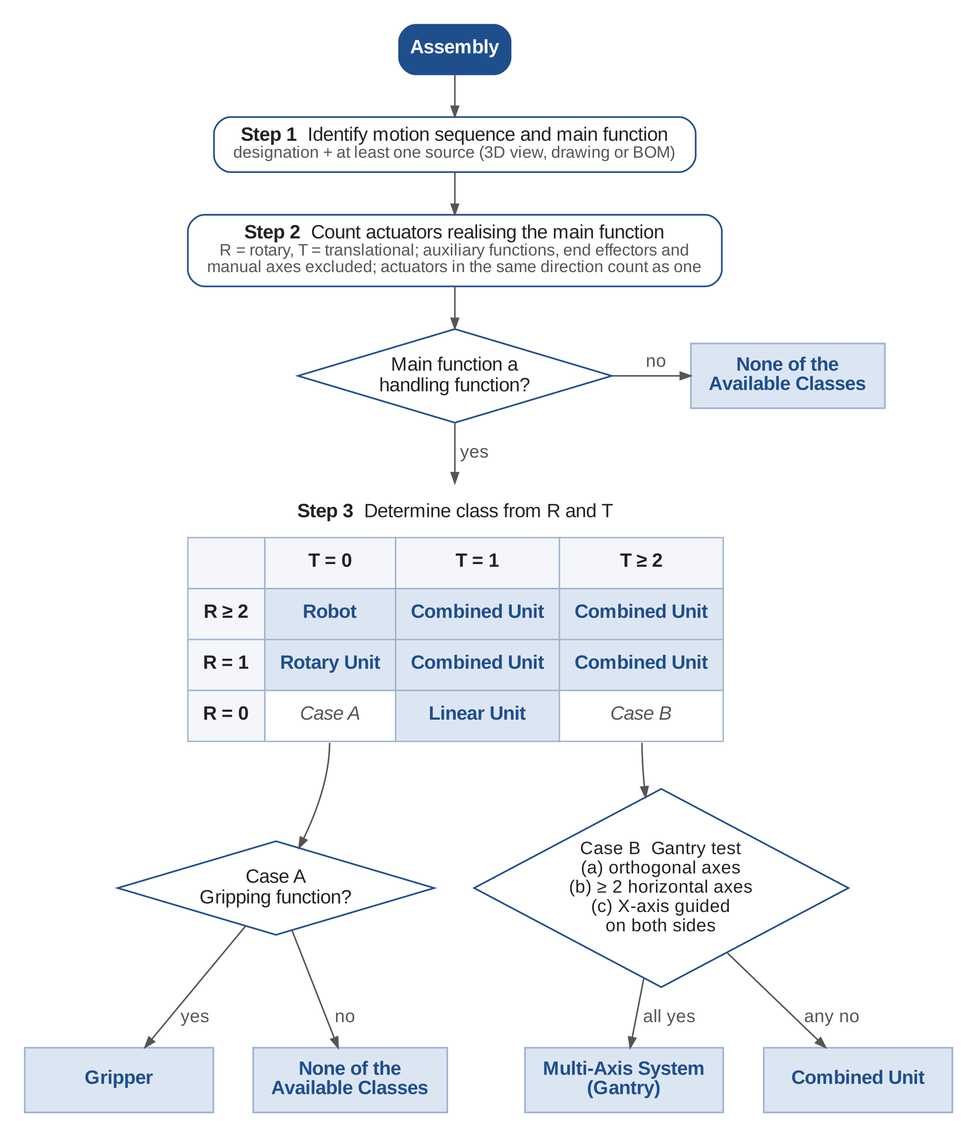
Above: thesis/figures/fig_4_2_decision_flowchart.png in XiaguGHW/RepoMA (Graphviz), before the change. Its source is kept beside it as thesis/figures/fig_4_2_decision_flowchart.dot.
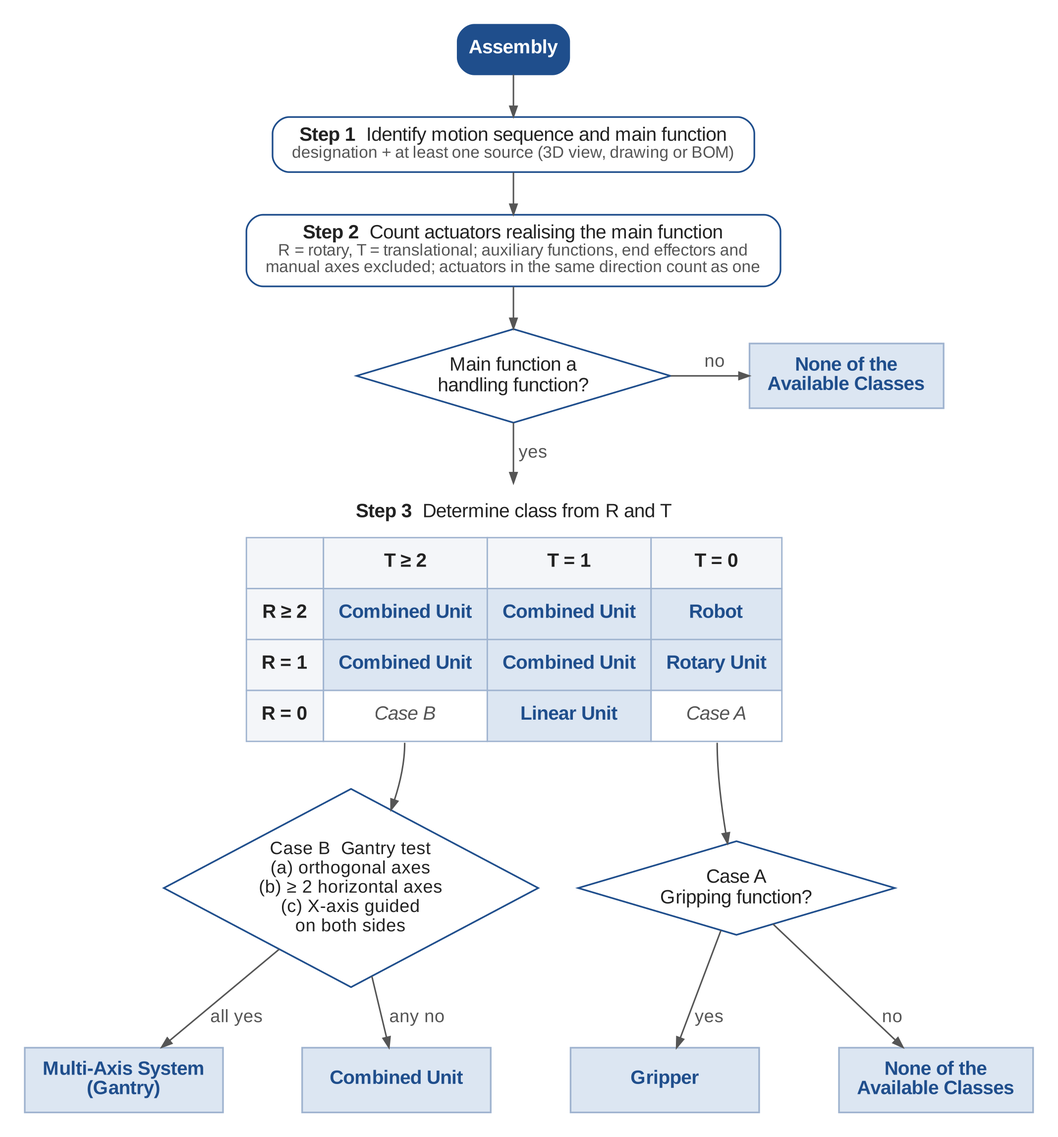
The same diagram one commit later.

Commit message:
Order T columns descending in Figure 4.2

Match the descending R rows; case B branch now on the left, case A on the right.

Claude-Session: https://claude.ai/code/session_015KCPdzMM1kiTcANidT3H5W

What changed in the source:
```diff
@@ -13,10 +13,10 @@
   table [shape=plaintext, label=<
     <TABLE BORDER="0" CELLBORDER="1" CELLSPACING="0" CELLPADDING="10" COLOR="#9FB3CF">
       <TR><TD BORDER="0" COLSPAN="4"><B>Step 3</B>  Determine class from R and T</TD></TR>
-      <TR><TD BGCOLOR="#F4F6F9"></TD><TD BGCOLOR="#F4F6F9"><B>T = 0</B></TD><TD BGCOLOR="#F4F6F9"><B>T = 1</B></TD><TD BGCOLOR="#F4F6F9"><B>T ≥ 2</B></TD></TR>
-      <TR><TD BGCOLOR="#F4F6F9"><B>R ≥ 2</B></TD><TD BGCOLOR="#DCE6F2"><FONT COLOR="#1F4E8C"><B>Robot</B></FONT></TD><TD BGCOLOR="#DCE6F2"><FONT COLOR="#1F4E8C"><B>Combined Unit</B></FONT></TD><TD BGCOLOR="#DCE6F2"><FONT COLOR="#1F4E8C"><B>Combined Unit</B></FONT></TD></TR>
-      <TR><TD BGCOLOR="#F4F6F9"><B>R = 1</B></TD><TD BGCOLOR="#DCE6F2"><FONT COLOR="#1F4E8C"><B>Rotary Unit</B></FONT></TD><TD BGCOLOR="#DCE6F2"><FONT COLOR="#1F4E8C"><B>Combined Unit</B></FONT></TD><TD BGCOLOR="#DCE6F2"><FONT COLOR="#1F4E8C"><B>Combined Unit</B></FONT></TD></TR>
-      <TR><TD BGCOLOR="#F4F6F9"><B>R = 0</B></TD><TD PORT="a" BGCOLOR="white"><FONT COLOR="#555555"><I>Case A</I></FONT></TD><TD BGCOLOR="#DCE6F2"><FONT COLOR="#1F4E8C"><B>Linear Unit</B></FONT></TD><TD PORT="b" BGCOLOR="white"><FONT COLOR="#555555"><I>Case B</I></FONT></TD></TR>
+      <TR><TD BGCOLOR="#F4F6F9"></TD><TD BGCOLOR="#F4F6F9"><B>T ≥ 2</B></TD><TD BGCOLOR="#F4F6F9"><B>T = 1</B></TD><TD BGCOLOR="#F4F6F9"><B>T = 0</B></TD></TR>
+      <TR><TD BGCOLOR="#F4F6F9"><B>R ≥ 2</B></TD><TD BGCOLOR="#DCE6F2"><FONT COLOR="#1F4E8C"><B>Combined Unit</B></FONT></TD><TD BGCOLOR="#DCE6F2"><FONT COLOR="#1F4E8C"><B>Combined Unit</B></FONT></TD><TD BGCOLOR="#DCE6F2"><FONT COLOR="#1F4E8C"><B>Robot</B></FONT></TD></TR>
+      <TR><TD BGCOLOR="#F4F6F9"><B>R = 1</B></TD><TD BGCOLOR="#DCE6F2"><FONT COLOR="#1F4E8C"><B>Combined Unit</B></FONT></TD><TD BGCOLOR="#DCE6F2"><FONT COLOR="#1F4E8C"><B>Combined Unit</B></FONT></TD><TD BGCOLOR="#DCE6F2"><FONT COLOR="#1F4E8C"><B>Rotary Unit</B></FONT></TD></TR>
+      <TR><TD BGCOLOR="#F4F6F9"><B>R = 0</B></TD><TD PORT="b" BGCOLOR="white"><FONT COLOR="#555555"><I>Case B</I></FONT></TD><TD BGCOLOR="#DCE6F2"><FONT COLOR="#1F4E8C"><B>Linear Unit</B></FONT></TD><TD PORT="a" BGCOLOR="white"><FONT COLOR="#555555"><I>Case A</I></FONT></TD></TR>
     </TABLE>>];
 
   qa [shape=diamond, margin="0.03,0.03", label="Case A\nGripping function?"];
@@ -39,5 +39,6 @@
   qb -> gantry [label=" all yes"];
   qb -> comb [label=" any no"];
   {rank=same; d1; none1}
-  {rank=same; grip; none2; gantry; comb}
+  {rank=same; gantry; comb; grip; none2}
+  edge [style=invis]; gantry -> comb -> grip -> none2;
 }
```
